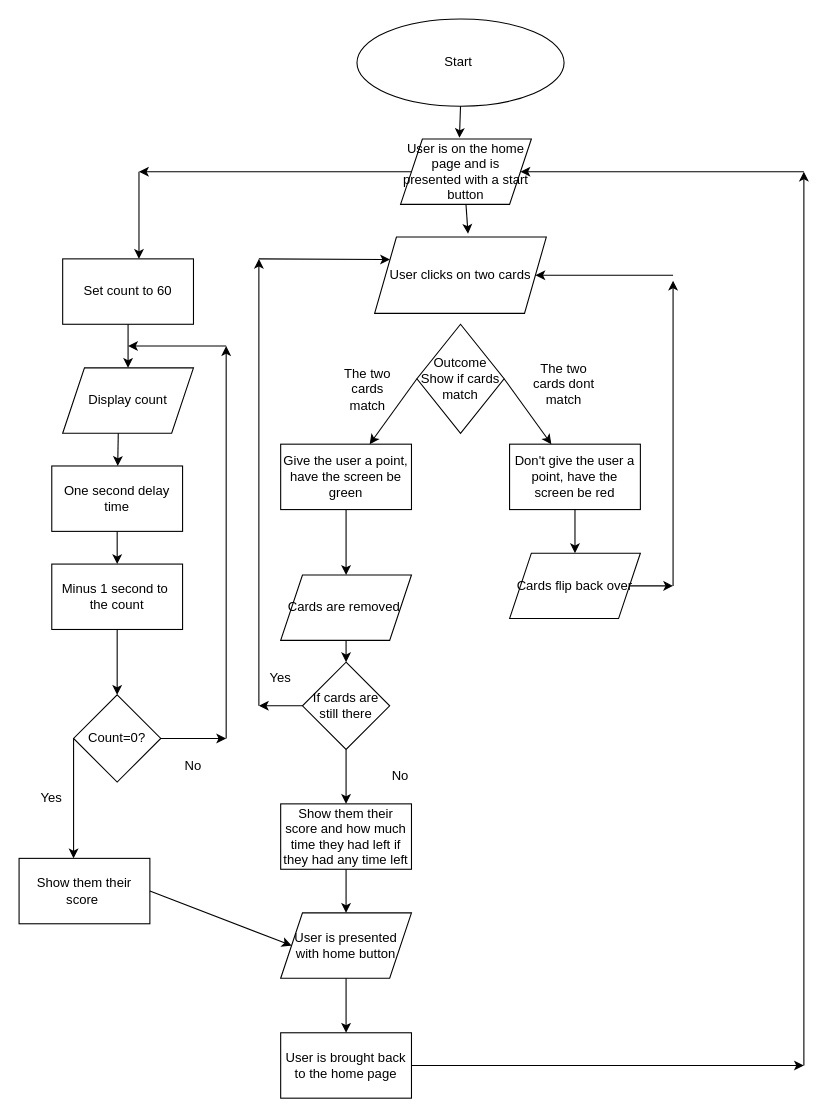
Earlier version of the draw.io diagram createtask.drawio (staten-island-tech/create-task-Ucheong). Source tidied: cells renumbered, new cells numbered last; positions are measured from the earlier drawing's top-left corner, leaving out a move shared by most shapes. Both pictures are drawn from the tidied source at 109%, with x=0, y=0 at pixel (19, 19).
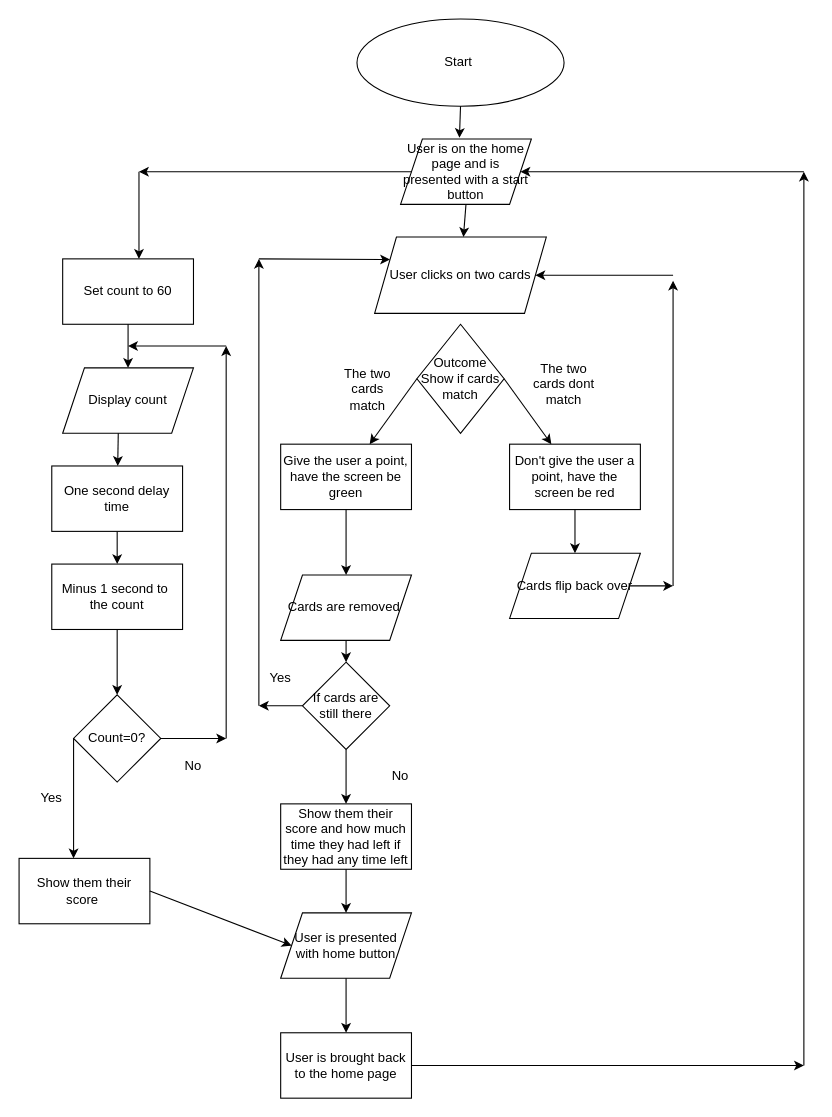
The same page after the edit.

Unchanged cells that the change refers to:
```xml
<mxCell id="3" value="User clicks on two cards" style="shape=parallelogram;perimeter=parallelogramPerimeter;whiteSpace=wrap;html=1;fixedSize=1;" parent="1" vertex="1">
  <mxGeometry x="326.2" y="200" width="157.5" height="70" as="geometry" />
</mxCell>
<mxCell id="46" value="User is on the home page and is presented with a start button" style="shape=parallelogram;perimeter=parallelogramPerimeter;whiteSpace=wrap;html=1;fixedSize=1;" parent="1" vertex="1">
  <mxGeometry x="350" y="110" width="120" height="60" as="geometry" />
</mxCell>
```

Diff of the diagram source:
```diff
@@
-    <mxCell id="55" style="endArrow=classic;html=1;rounded=0;exitX=0.5;exitY=1;exitDx=0;exitDy=0;entryX=0.544;entryY=-0.043;entryDx=0;entryDy=0;entryPerimeter=0;" parent="1" edge="1" source="46" target="3">
+    <mxCell id="55" style="endArrow=classic;html=1;rounded=0;exitX=0.5;exitY=1;exitDx=0;exitDy=0;" parent="1" edge="1" source="46" target="3">
       <mxGeometry relative="1" as="geometry" />
     </mxCell>
```
